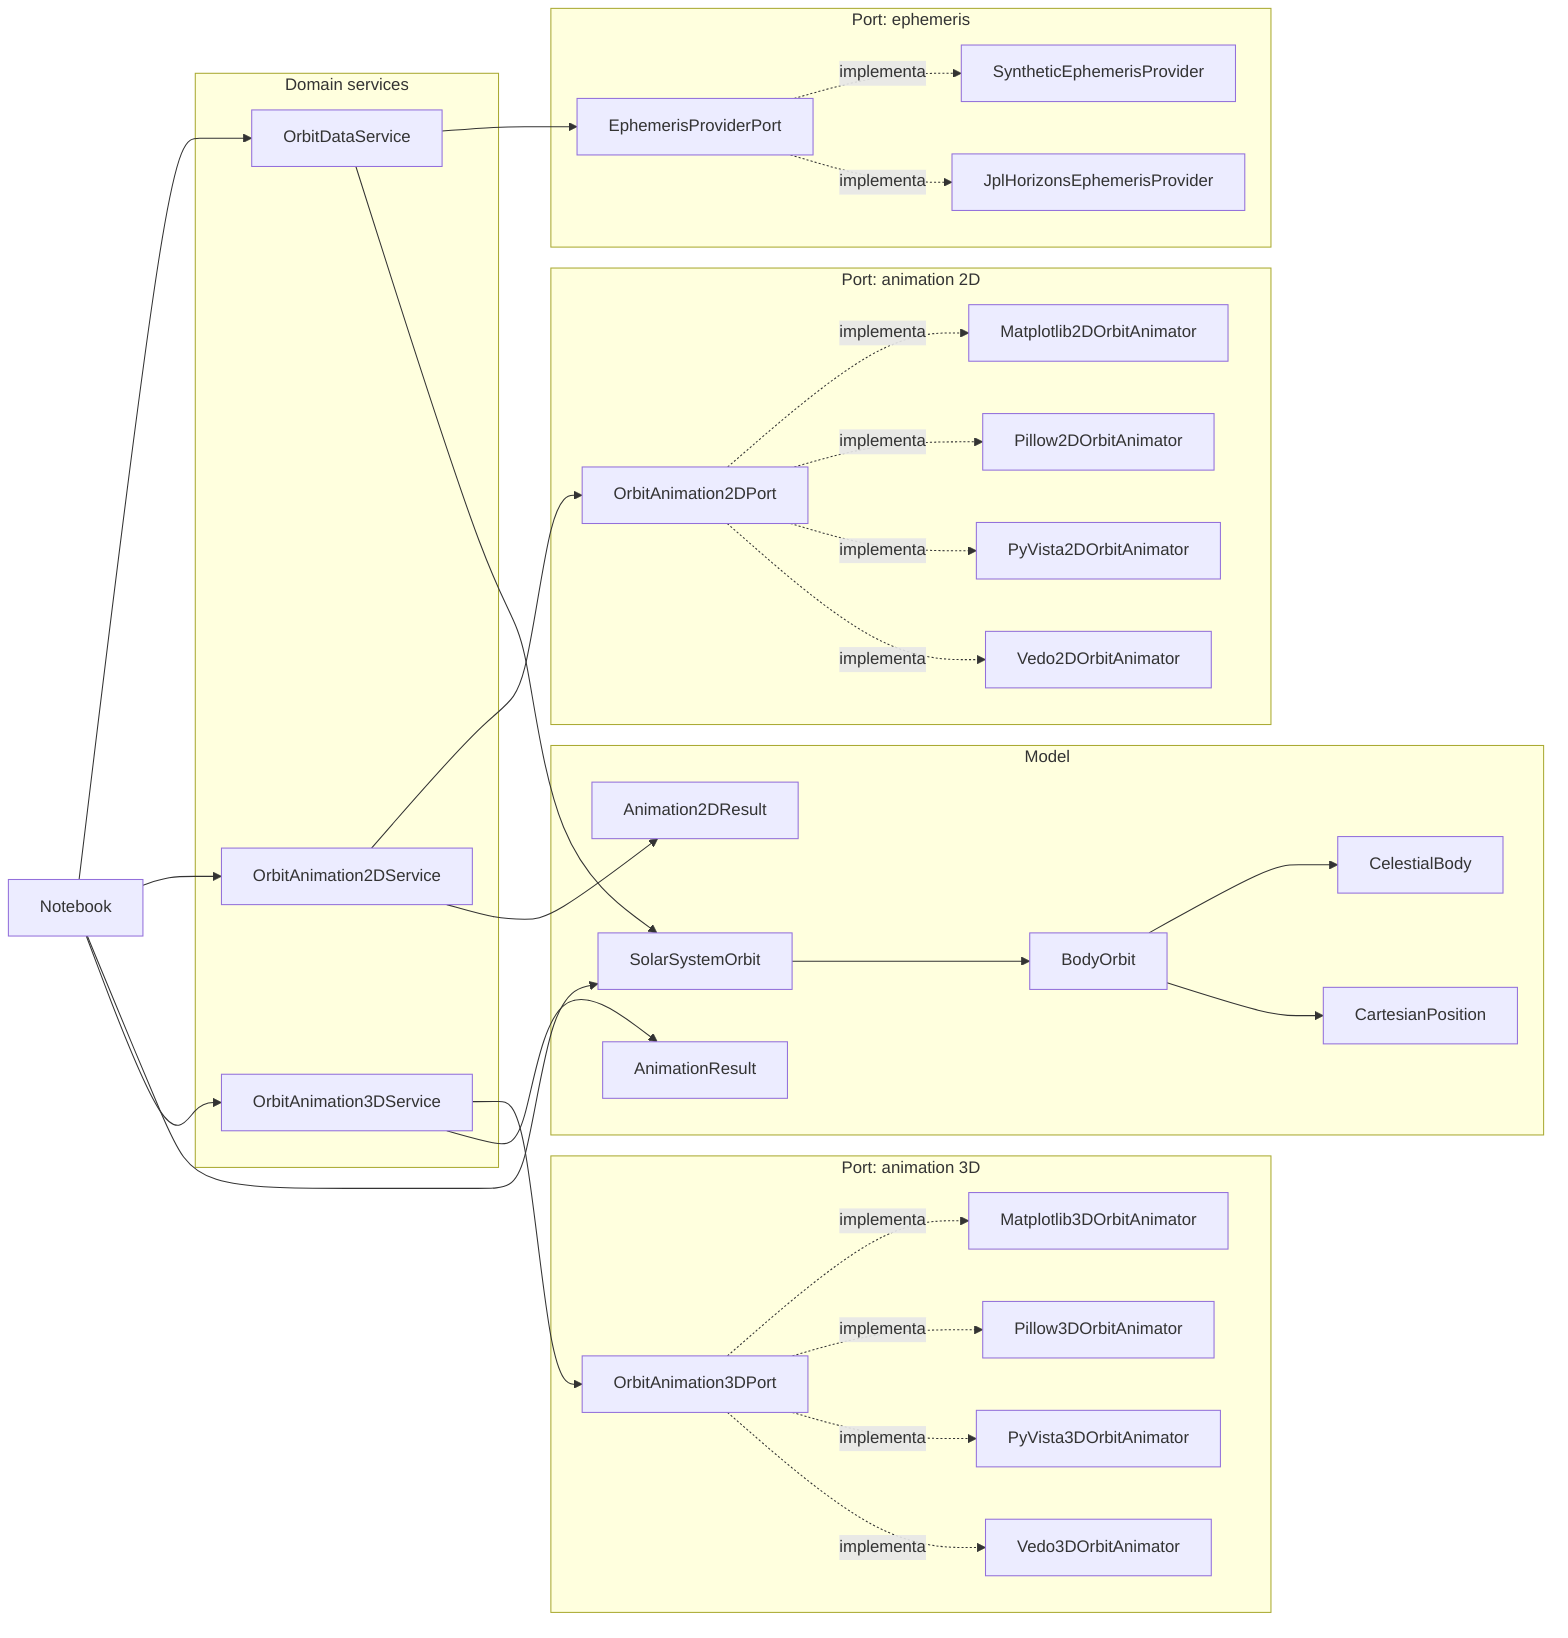
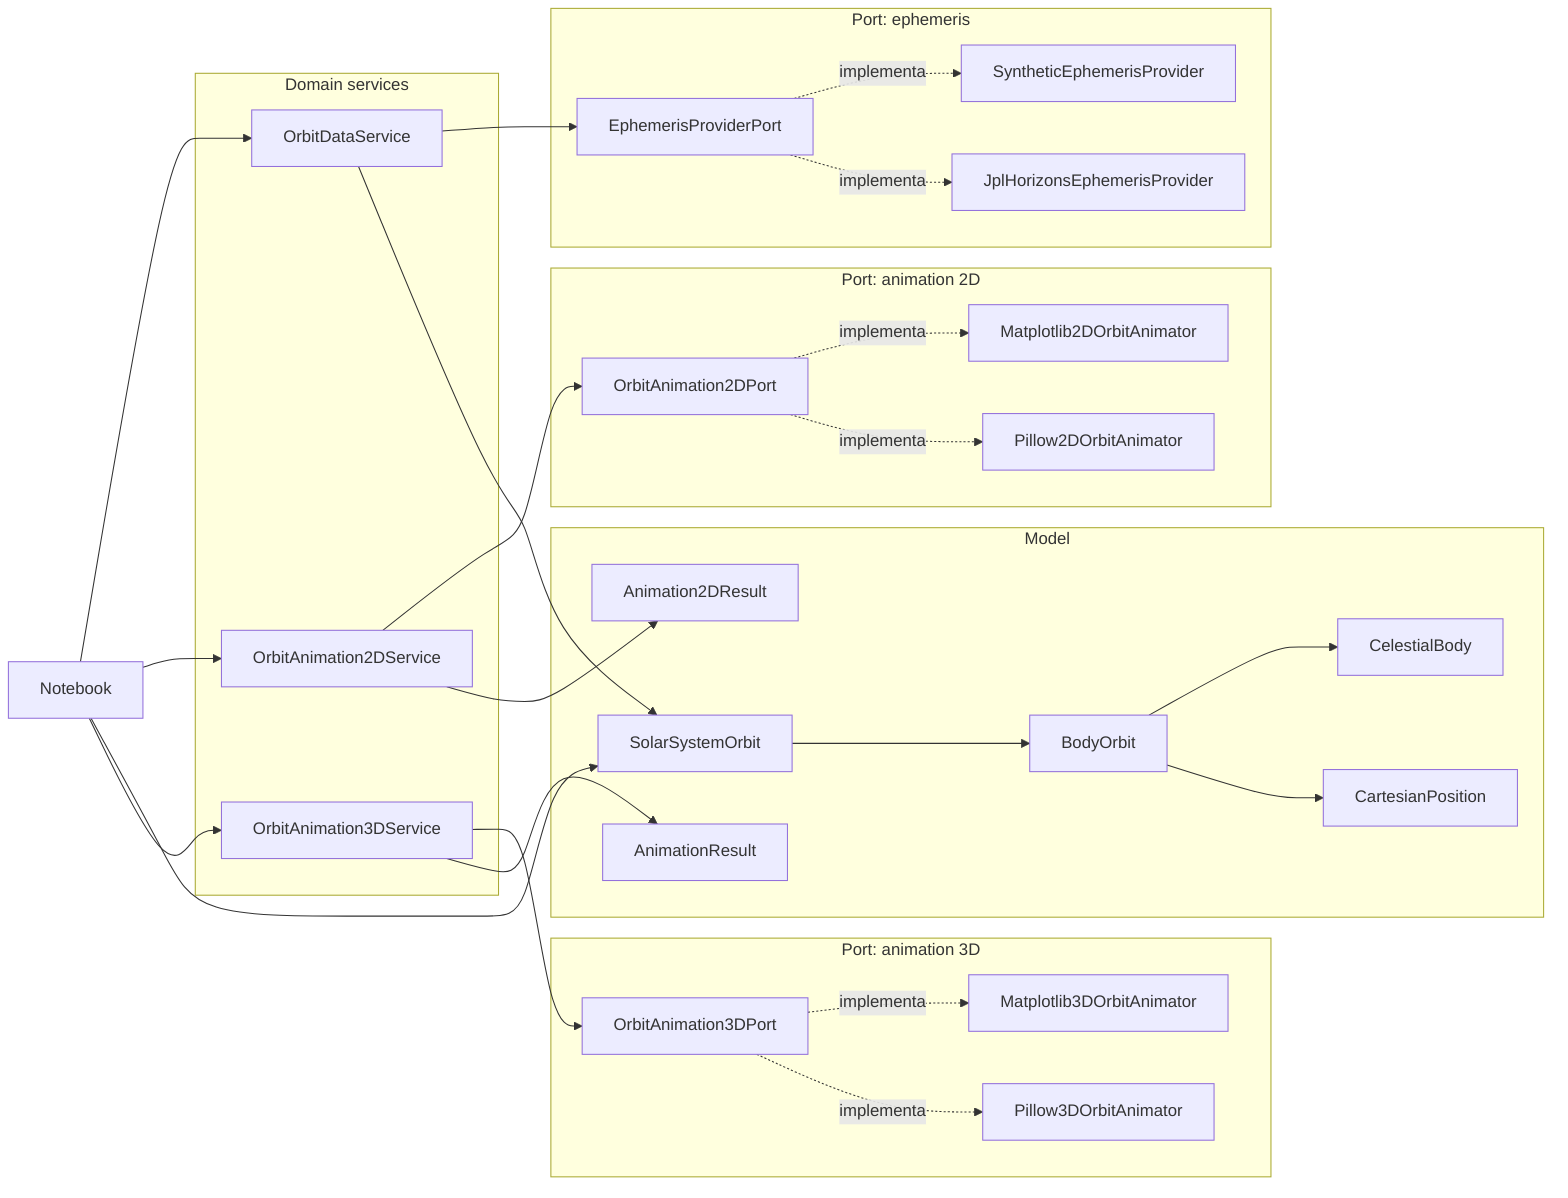
flowchart LR
    Notebook["Notebook"]

    subgraph Model["Model"]
        Body["CelestialBody"]
        Position["CartesianPosition"]
        BodyOrbit["BodyOrbit"]
        SolarSystem["SolarSystemOrbit"]
        Animation2DResult["Animation2DResult"]
        AnimationResult["AnimationResult"]
    end

    subgraph Domain["Domain services"]
        DataService["OrbitDataService"]
        Animation2DService["OrbitAnimation2DService"]
        AnimationService["OrbitAnimation3DService"]
    end

    subgraph EphemerisPort["Port: ephemeris"]
        EphemerisContract["EphemerisProviderPort"]
        Synthetic["SyntheticEphemerisProvider"]
        JPL["JplHorizonsEphemerisProvider"]
    end

    subgraph Animation2DPort["Port: animation 2D"]
        Animation2DContract["OrbitAnimation2DPort"]
        Matplotlib["Matplotlib2DOrbitAnimator"]
        Pillow["Pillow2DOrbitAnimator"]
-         PyVista["PyVista2DOrbitAnimator"]
-         Vedo["Vedo2DOrbitAnimator"]
    end

    subgraph AnimationPort["Port: animation 3D"]
        AnimationContract["OrbitAnimation3DPort"]
        Matplotlib3D["Matplotlib3DOrbitAnimator"]
        Pillow3D["Pillow3DOrbitAnimator"]
-         PyVista3D["PyVista3DOrbitAnimator"]
-         Vedo3D["Vedo3DOrbitAnimator"]
    end

    Notebook --> DataService
    DataService --> EphemerisContract
    EphemerisContract -. implementa .-> Synthetic
    EphemerisContract -. implementa .-> JPL
    DataService --> SolarSystem
    SolarSystem --> BodyOrbit
    BodyOrbit --> Body
    BodyOrbit --> Position

    Notebook --> Animation2DService
    Notebook --> SolarSystem
    Animation2DService --> Animation2DContract
    Animation2DContract -. implementa .-> Matplotlib
    Animation2DContract -. implementa .-> Pillow
-     Animation2DContract -. implementa .-> PyVista
-     Animation2DContract -. implementa .-> Vedo
    Animation2DService --> Animation2DResult

    Notebook --> AnimationService
    AnimationService --> AnimationContract
    AnimationContract -. implementa .-> Matplotlib3D
    AnimationContract -. implementa .-> Pillow3D
-     AnimationContract -. implementa .-> PyVista3D
-     AnimationContract -. implementa .-> Vedo3D
    AnimationService --> AnimationResult
